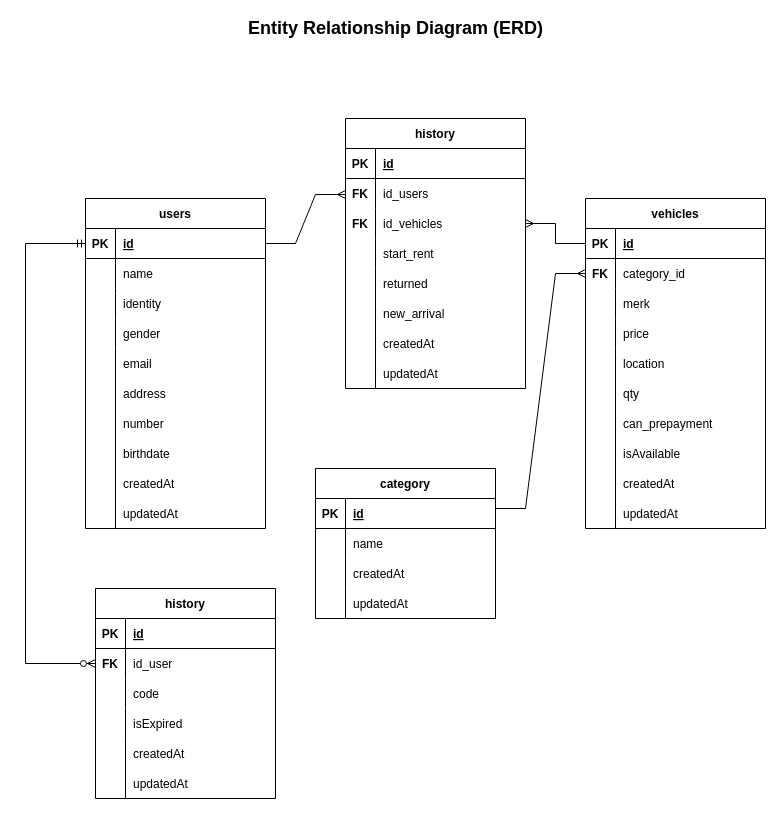
zalfanuramalia/Rentskuy-backend keeps this draw.io diagram as page "ERD" (1 of 6) of Flowchart and ERD.drawio. Above is the earlier version. Source tidied: cells renumbered, new cells numbered last; positions are measured from the earlier drawing's top-left corner, leaving out a move shared by most shapes. Both pictures are drawn from the tidied source at 100%, with x=0, y=0 at pixel (25, 18).
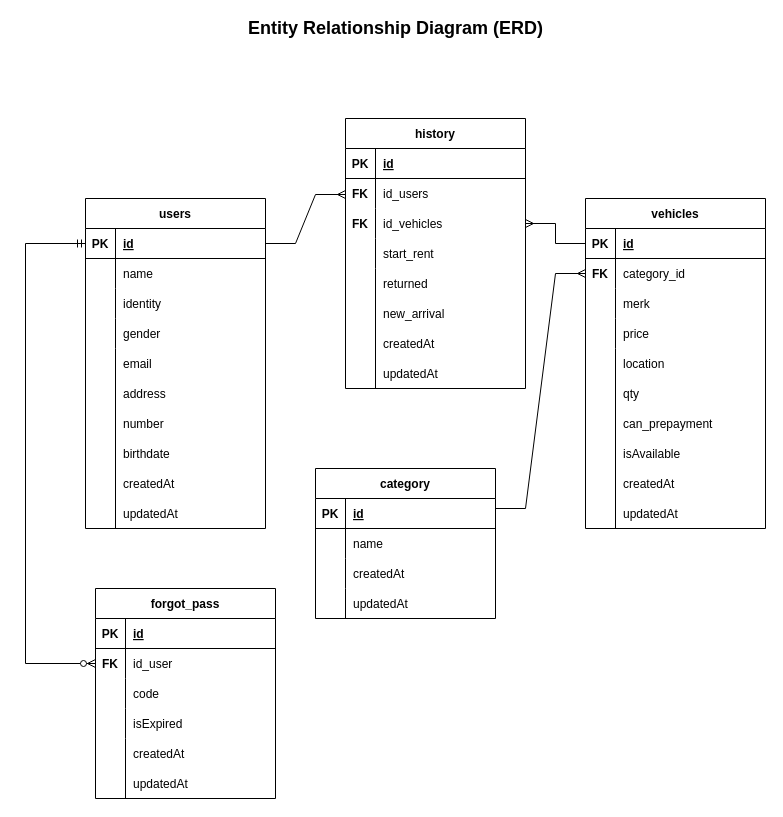
Above is the later version.

The edit, as a diff of the source:
```diff
@@
-    <mxCell id="80" value="history" style="shape=table;startSize=30;childLayout=tableLayout;rowLines=0;fontStyle=1;align=center;fontSize=12;" parent="1" vertex="1">
+    <mxCell id="80" value="forgot_pass" style="shape=table;startSize=30;childLayout=tableLayout;rowLines=0;fontStyle=1;align=center;fontSize=12;" parent="1" vertex="1">
       <mxGeometry x="70" y="570" width="180" height="210" as="geometry" />
     </mxCell>
```
